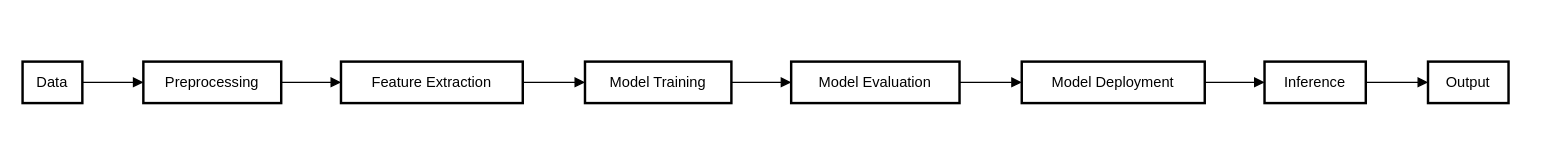
Earlier version of the draw.io diagram reading4/reading4.drawio (KayvanShah1/usc-dsci560-dspp-sp24). Source tidied: cells renumbered, new cells numbered last; positions are measured from the earlier drawing's top-left corner, leaving out a move shared by most shapes. Both pictures are drawn from the tidied source at 122%, with x=0, y=0 at pixel (22, 61).
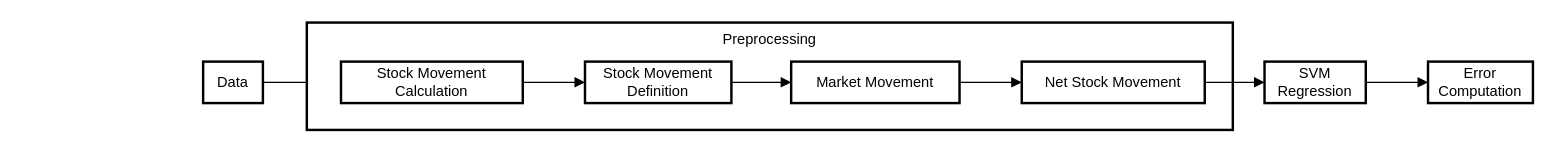
The same page after the edit.

What changed in the source:
```diff
@@
 <mxGraphModel>
   <root>
     <mxCell id="0" />
     <mxCell id="1" parent="0" />
+    <mxCell id="17" style="edgeStyle=none;curved=1;rounded=0;jettySize=auto;html=1;exitX=1;exitY=0.5;exitDx=0;exitDy=0;fontSize=12;startSize=8;endSize=8;" parent="1" edge="1" source="2" target="4">
+      <mxGeometry relative="1" as="geometry" />
+    </mxCell>
     <mxCell id="2" value="Data" style="whiteSpace=wrap;strokeWidth=2;" parent="1" vertex="1">
-      <mxGeometry width="49" height="34" as="geometry" />
+      <mxGeometry x="148" width="49" height="34" as="geometry" />
     </mxCell>
-    <mxCell id="3" value="Preprocessing" style="whiteSpace=wrap;strokeWidth=2;" parent="1" vertex="1">
-      <mxGeometry x="99" width="113" height="34" as="geometry" />
+    <mxCell id="3" value="Preprocessing" style="whiteSpace=wrap;strokeWidth=2;verticalAlign=top;" parent="1" vertex="1">
+      <mxGeometry x="233" y="-32" width="759" height="88" as="geometry" />
     </mxCell>
-    <mxCell id="4" value="Feature Extraction" style="whiteSpace=wrap;strokeWidth=2;" parent="1" vertex="1">
+    <mxCell id="4" value="Stock Movement Calculation" style="whiteSpace=wrap;strokeWidth=2;" parent="1" vertex="1">
       <mxGeometry x="261" width="149" height="34" as="geometry" />
     </mxCell>
-    <mxCell id="5" value="Model Training" style="whiteSpace=wrap;strokeWidth=2;" parent="1" vertex="1">
+    <mxCell id="5" value="Stock Movement Definition" style="whiteSpace=wrap;strokeWidth=2;" parent="1" vertex="1">
       <mxGeometry x="461" width="120" height="34" as="geometry" />
     </mxCell>
-    <mxCell id="6" value="Model Evaluation" style="whiteSpace=wrap;strokeWidth=2;" parent="1" vertex="1">
+    <mxCell id="6" value="Market Movement" style="whiteSpace=wrap;strokeWidth=2;" parent="1" vertex="1">
       <mxGeometry x="630" width="138" height="34" as="geometry" />
     </mxCell>
-    <mxCell id="7" value="Model Deployment" style="whiteSpace=wrap;strokeWidth=2;" parent="1" vertex="1">
+    <mxCell id="7" value="Net Stock Movement" style="whiteSpace=wrap;strokeWidth=2;" parent="1" vertex="1">
       <mxGeometry x="819" width="150" height="34" as="geometry" />
     </mxCell>
-    <mxCell id="8" value="Inference" style="whiteSpace=wrap;strokeWidth=2;" parent="1" vertex="1">
+    <mxCell id="8" value="SVM Regression" style="whiteSpace=wrap;strokeWidth=2;" parent="1" vertex="1">
       <mxGeometry x="1018" width="83" height="34" as="geometry" />
     </mxCell>
-    <mxCell id="9" value="Output" style="whiteSpace=wrap;strokeWidth=2;" parent="1" vertex="1">
-      <mxGeometry x="1152" width="66" height="34" as="geometry" />
+    <mxCell id="9" value="Error Computation" style="whiteSpace=wrap;strokeWidth=2;" parent="1" vertex="1">
+      <mxGeometry x="1152" width="86" height="34" as="geometry" />
     </mxCell>
-    <mxCell id="10" style="curved=1;startArrow=none;endArrow=block;exitX=0.9910714285714286;exitY=0.5;entryX=-0.0038716814159292035;entryY=0.5;" parent="1" edge="1" source="2" target="3">
-      <mxGeometry relative="1" as="geometry" />
-    </mxCell>
-    <mxCell id="11" style="curved=1;startArrow=none;endArrow=block;exitX=0.9941924778761062;exitY=0.5;entryX=0.002307046979865772;entryY=0.5;" parent="1" edge="1" source="3" target="4">
-      <mxGeometry relative="1" as="geometry" />
-    </mxCell>
     <mxCell id="12" style="curved=1;startArrow=none;endArrow=block;exitX=1.0046665268456376;exitY=0.5;entryX=-0.0025390625;entryY=0.5;" parent="1" edge="1" source="4" target="5">
       <mxGeometry relative="1" as="geometry" />
     </mxCell>
     <mxCell id="13" style="curved=1;startArrow=none;endArrow=block;exitX=0.9943359375;exitY=0.5;entryX=0.002321105072463768;entryY=0.5;" parent="1" edge="1" source="5" target="6">
       <mxGeometry relative="1" as="geometry" />
     </mxCell>
     <mxCell id="14" style="curved=1;startArrow=none;endArrow=block;exitX=1.0044157608695652;exitY=0.5;entryX=-0.0026041666666666665;entryY=0.5;" parent="1" edge="1" source="6" target="7">
       <mxGeometry relative="1" as="geometry" />
     </mxCell>
     <mxCell id="15" style="curved=1;startArrow=none;endArrow=block;exitX=0.9941666666666666;exitY=0.5;entryX=0.0015060240963855422;entryY=0.5;" parent="1" edge="1" source="7" target="8">
       <mxGeometry relative="1" as="geometry" />
     </mxCell>
     <mxCell id="16" style="curved=1;startArrow=none;endArrow=block;exitX=1.006871234939759;exitY=0.5;entryX=-0.006510416666666667;entryY=0.5;" parent="1" edge="1" source="8" target="9">
       <mxGeometry relative="1" as="geometry" />
     </mxCell>
   </root>
 </mxGraphModel>
```
